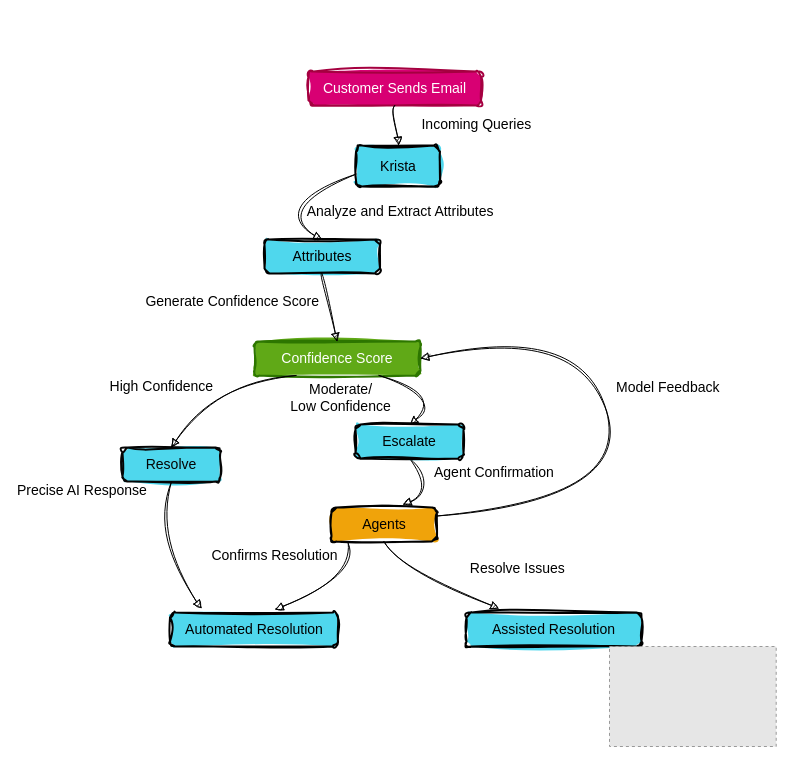
This is AI email reader.drawio from thescottking/Draw.io-Sketches, a draw.io file, before an edit. Source tidied: cells renumbered, new cells numbered last; positions are measured from the earlier drawing's top-left corner, leaving out a move shared by most shapes. Both pictures are drawn from the tidied source at 100%, with x=0, y=0 at pixel (122, 71). Pictures stored in the file or linked from it are replaced by grey dashed boxes.
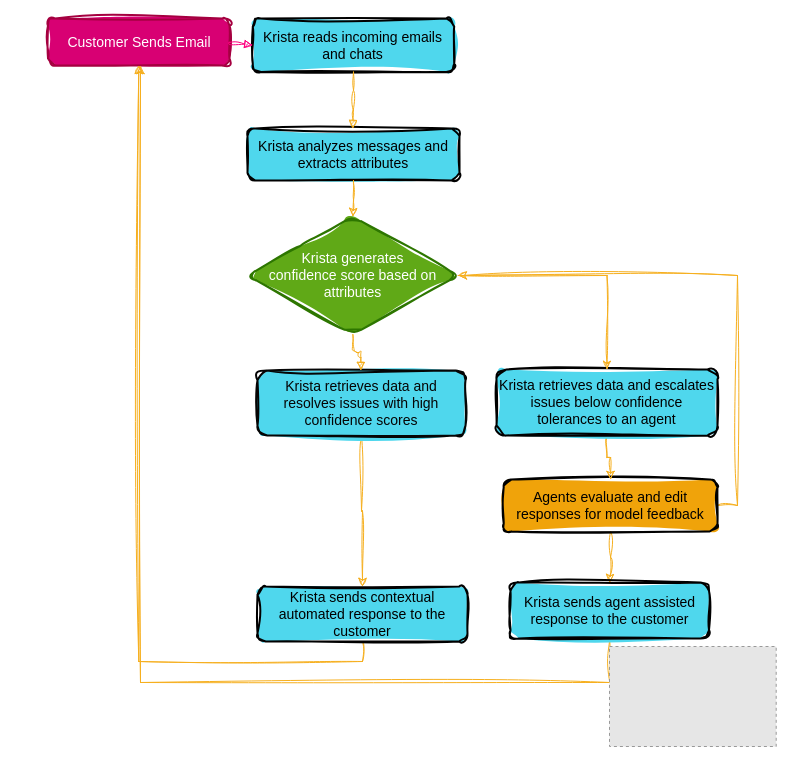
The same diagram, later.

Diff of the diagram source:
```diff
@@
     <mxCell id="2" value="Customer Sends Email" style="whiteSpace=wrap;strokeWidth=2;labelBackgroundColor=none;sketch=1;curveFitting=1;jiggle=2;rounded=1;fillColor=#d80073;fontColor=#ffffff;strokeColor=#A50040;fillStyle=solid;fontSize=14;" parent="1" vertex="1">
-      <mxGeometry x="186" width="172.5" height="34" as="geometry" />
+      <mxGeometry x="-74.5" y="-53" width="181.5" height="47" as="geometry" />
     </mxCell>
-    <mxCell id="3" value="Krista" style="whiteSpace=wrap;strokeWidth=2;labelBackgroundColor=none;sketch=1;curveFitting=1;jiggle=2;rounded=1;fillStyle=solid;fillColor=#4fd7ed;fontSize=14;" parent="1" vertex="1">
-      <mxGeometry x="233.5" y="74" width="84" height="41" as="geometry" />
+    <mxCell id="3" value="Krista reads incoming emails and chats" style="whiteSpace=wrap;strokeWidth=2;labelBackgroundColor=none;sketch=1;curveFitting=1;jiggle=2;rounded=1;fillStyle=solid;fillColor=#4fd7ed;fontSize=14;" parent="1" vertex="1">
+      <mxGeometry x="130.3" y="-53" width="201.4" height="53.5" as="geometry" />
     </mxCell>
-    <mxCell id="4" value="Attributes" style="whiteSpace=wrap;strokeWidth=2;labelBackgroundColor=none;sketch=1;curveFitting=1;jiggle=2;rounded=1;fillColor=#4FD7ED;fillStyle=solid;fontSize=14;" parent="1" vertex="1">
-      <mxGeometry x="142" y="168" width="115.5" height="34" as="geometry" />
+    <mxCell id="4" value="Krista analyzes messages and extracts attributes" style="whiteSpace=wrap;strokeWidth=2;labelBackgroundColor=none;sketch=1;curveFitting=1;jiggle=2;rounded=1;fillColor=#4FD7ED;fillStyle=solid;fontSize=14;" parent="1" vertex="1">
+      <mxGeometry x="125" y="57" width="212" height="52" as="geometry" />
     </mxCell>
-    <mxCell id="5" value="Confidence Score" style="whiteSpace=wrap;strokeWidth=2;labelBackgroundColor=none;sketch=1;curveFitting=1;jiggle=2;rounded=1;fillColor=#60a917;fontColor=#ffffff;strokeColor=#2D7600;fillStyle=solid;fontSize=14;" parent="1" vertex="1">
-      <mxGeometry x="132" y="270" width="166" height="34" as="geometry" />
-    </mxCell>
+    <mxCell id="22" style="edgeStyle=orthogonalEdgeStyle;rounded=0;sketch=1;hachureGap=4;jiggle=2;curveFitting=1;jettySize=auto;html=1;fontFamily=Architects Daughter;exitX=0.5;exitY=1;exitDx=0;exitDy=0;strokeColor=#F6AF1E;" parent="1" edge="1" source="4" target="28">
+      <mxGeometry relative="1" as="geometry" />
+    </mxCell>
+    <mxCell id="16" style="edgeStyle=orthogonalEdgeStyle;rounded=0;sketch=1;hachureGap=4;jiggle=2;curveFitting=1;jettySize=auto;html=1;exitX=0.5;exitY=1;exitDx=0;exitDy=0;entryX=0.5;entryY=0;entryDx=0;entryDy=0;fontFamily=Architects Daughter;strokeColor=#F6AF1E;" parent="1" edge="1" source="6" target="8">
+      <mxGeometry relative="1" as="geometry" />
+    </mxCell>
-    <mxCell id="6" value="Resolve" style="whiteSpace=wrap;strokeWidth=2;labelBackgroundColor=none;sketch=1;curveFitting=1;jiggle=2;rounded=1;fillColor=#4fd7ed;fontColor=#050505;strokeColor=#050505;fillStyle=solid;fontSize=14;" parent="1" vertex="1">
-      <mxGeometry y="376" width="98" height="34" as="geometry" />
+    <mxCell id="6" value="Krista retrieves data and resolves issues with high confidence scores" style="whiteSpace=wrap;strokeWidth=2;labelBackgroundColor=none;sketch=1;curveFitting=1;jiggle=2;rounded=1;fillColor=#4fd7ed;fontColor=#050505;strokeColor=#050505;fillStyle=solid;fontSize=14;" parent="1" vertex="1">
+      <mxGeometry x="135" y="299" width="208" height="65" as="geometry" />
     </mxCell>
+    <mxCell id="17" style="edgeStyle=orthogonalEdgeStyle;rounded=0;sketch=1;hachureGap=4;jiggle=2;curveFitting=1;jettySize=auto;html=1;exitX=0.5;exitY=1;exitDx=0;exitDy=0;entryX=0.5;entryY=0;entryDx=0;entryDy=0;fontFamily=Architects Daughter;strokeColor=#F6AF1E;" parent="1" edge="1" source="7" target="9">
+      <mxGeometry relative="1" as="geometry" />
+    </mxCell>
+    <mxCell id="23" style="edgeStyle=orthogonalEdgeStyle;rounded=0;sketch=1;hachureGap=4;jiggle=2;curveFitting=1;jettySize=auto;html=1;exitX=1;exitY=0.5;exitDx=0;exitDy=0;entryX=1;entryY=0.5;entryDx=0;entryDy=0;fontFamily=Architects Daughter;strokeColor=#F6AF1E;" parent="1" edge="1" source="7" target="28">
+      <mxGeometry relative="1" as="geometry" />
+    </mxCell>
-    <mxCell id="7" value="Agents" style="whiteSpace=wrap;strokeWidth=2;labelBackgroundColor=none;sketch=1;curveFitting=1;jiggle=2;rounded=1;fillColor=#f0a30a;fontColor=#000000;strokeColor=#000000;fillStyle=solid;fontSize=14;" parent="1" vertex="1">
-      <mxGeometry x="209" y="436" width="105.5" height="34" as="geometry" />
+    <mxCell id="7" value="Agents evaluate and edit responses for model feedback" style="whiteSpace=wrap;strokeWidth=2;labelBackgroundColor=none;sketch=1;curveFitting=1;jiggle=2;rounded=1;fillColor=#f0a30a;fontColor=#000000;strokeColor=#000000;fillStyle=solid;fontSize=14;" parent="1" vertex="1">
+      <mxGeometry x="381.2" y="408" width="213.8" height="52" as="geometry" />
     </mxCell>
+    <mxCell id="24" style="edgeStyle=orthogonalEdgeStyle;rounded=0;sketch=1;hachureGap=4;jiggle=2;curveFitting=1;jettySize=auto;html=1;exitX=0.5;exitY=1;exitDx=0;exitDy=0;entryX=0.5;entryY=1;entryDx=0;entryDy=0;fontFamily=Architects Daughter;strokeColor=#F6AF1E;" parent="1" edge="1" source="8" target="2">
+      <mxGeometry relative="1" as="geometry" />
+    </mxCell>
-    <mxCell id="8" value="Automated Resolution" style="whiteSpace=wrap;strokeWidth=2;labelBackgroundColor=none;sketch=1;curveFitting=1;jiggle=2;rounded=1;fillColor=#4FD7ED;fillStyle=solid;fontSize=14;" parent="1" vertex="1">
-      <mxGeometry x="47.5" y="541" width="168" height="34" as="geometry" />
+    <mxCell id="8" value="Krista sends contextual automated response to the customer" style="whiteSpace=wrap;strokeWidth=2;labelBackgroundColor=none;sketch=1;curveFitting=1;jiggle=2;rounded=1;fillColor=#4FD7ED;fillStyle=solid;fontSize=14;" parent="1" vertex="1">
+      <mxGeometry x="135" y="515" width="210" height="55" as="geometry" />
     </mxCell>
+    <mxCell id="25" style="edgeStyle=orthogonalEdgeStyle;rounded=0;sketch=1;hachureGap=4;jiggle=2;curveFitting=1;jettySize=auto;html=1;exitX=0.5;exitY=1;exitDx=0;exitDy=0;fontFamily=Architects Daughter;strokeColor=#F6AF1E;" parent="1" edge="1" source="9">
+      <mxGeometry relative="1" as="geometry">
+        <mxPoint x="18" y="-6" as="targetPoint" />
+        <Array as="points">
+          <mxPoint x="487" y="611" />
+          <mxPoint x="18" y="611" />
+        </Array>
+      </mxGeometry>
+    </mxCell>
-    <mxCell id="9" value="Assisted Resolution" style="whiteSpace=wrap;strokeWidth=2;labelBackgroundColor=none;sketch=1;curveFitting=1;jiggle=2;rounded=1;fillColor=#4FD7ED;fillStyle=solid;fontSize=14;" parent="1" vertex="1">
-      <mxGeometry x="344" y="541" width="175" height="34" as="geometry" />
+    <mxCell id="9" value="Krista sends agent assisted response to the customer" style="whiteSpace=wrap;strokeWidth=2;labelBackgroundColor=none;sketch=1;curveFitting=1;jiggle=2;rounded=1;fillColor=#4FD7ED;fillStyle=solid;fontSize=14;" parent="1" vertex="1">
+      <mxGeometry x="388" y="511" width="198.5" height="56" as="geometry" />
     </mxCell>
-    <mxCell id="10" value="Incoming Queries" style="curved=1;startArrow=none;endArrow=block;exitX=0.49966271335341367;exitY=0.9852941176470589;entryX=0.5074288504464286;entryY=0;rounded=1;labelBackgroundColor=none;fontColor=default;sketch=1;curveFitting=1;jiggle=2;fontSize=14;" parent="1" edge="1" source="2" target="3">
+    <mxCell id="10" style="curved=1;startArrow=none;endArrow=block;exitX=1;exitY=0.5;entryX=0;entryY=0.5;rounded=1;labelBackgroundColor=none;fontColor=default;sketch=1;curveFitting=1;jiggle=2;fontSize=14;exitDx=0;exitDy=0;entryDx=0;entryDy=0;strokeColor=#FF0080;" parent="1" edge="1" source="2" target="3">
       <mxGeometry x="0.29" y="80" relative="1" as="geometry" />
     </mxCell>
-    <mxCell id="11" value="Analyze and Extract Attributes" style="curved=1;startArrow=none;endArrow=block;exitX=0.005475725446428571;exitY=0.6971389077564547;entryX=0.4968570402298851;entryY=0;rounded=1;labelBackgroundColor=none;fontColor=default;sketch=1;curveFitting=1;jiggle=2;fontSize=14;" parent="1" edge="1" source="3" target="4">
-      <mxGeometry x="-1" y="57" relative="1" as="geometry">
-        <Array as="points">
-          <mxPoint x="145" y="139" />
-        </Array>
-        <mxPoint x="23" y="-16" as="offset" />
+    <mxCell id="11" style="startArrow=none;endArrow=block;exitX=0.5;exitY=1;entryX=0.4968570402298851;entryY=0;rounded=1;labelBackgroundColor=none;fontColor=default;sketch=1;curveFitting=1;jiggle=2;fontSize=14;edgeStyle=orthogonalEdgeStyle;exitDx=0;exitDy=0;fillColor=#FF9933;strokeColor=#f6af1e;" parent="1" edge="1" source="3" target="4">
+      <mxGeometry x="1" y="34" relative="1" as="geometry">
+        <mxPoint x="1" as="offset" />
       </mxGeometry>
     </mxCell>
-    <mxCell id="12" value="Generate Confidence Score" style="curved=1;startArrow=none;endArrow=block;exitX=0.4968570402298851;exitY=0.9852941176470589;entryX=0.49797453703703703;entryY=0;rounded=1;labelBackgroundColor=none;fontColor=default;sketch=1;curveFitting=1;jiggle=2;fontSize=14;" parent="1" edge="1" source="4" target="5">
-      <mxGeometry x="-0.8" y="-93" relative="1" as="geometry" />
-    </mxCell>
-    <mxCell id="13" value="Moderate/&#10;Low Confidence" style="curved=1;startArrow=none;endArrow=block;exitX=0.75;exitY=1;entryX=0.5013020833333334;entryY=0;rounded=1;labelBackgroundColor=none;fontColor=default;sketch=1;curveFitting=1;jiggle=2;exitDx=0;exitDy=0;fontSize=14;" parent="1" edge="1" source="5" target="20">
-      <mxGeometry x="-1" y="-43" relative="1" as="geometry">
-        <Array as="points">
-          <mxPoint x="320.5" y="326" />
-        </Array>
-        <mxPoint x="-24" y="-19" as="offset" />
-      </mxGeometry>
-    </mxCell>
-    <mxCell id="14" value="High Confidence" style="curved=1;startArrow=none;endArrow=block;exitX=0.25;exitY=1;entryX=0.49685801630434784;entryY=0;rounded=1;labelBackgroundColor=none;fontColor=default;sketch=1;curveFitting=1;jiggle=2;exitDx=0;exitDy=0;fontSize=14;" parent="1" edge="1" source="5" target="6">
-      <mxGeometry x="0.43" y="-43" relative="1" as="geometry">
-        <Array as="points">
-          <mxPoint x="93" y="312" />
-        </Array>
-      </mxGeometry>
+    <mxCell id="14" style="startArrow=none;endArrow=block;exitX=0.5;exitY=1;entryX=0.49685801630434784;entryY=0;rounded=1;labelBackgroundColor=none;fontColor=default;sketch=1;curveFitting=1;jiggle=2;exitDx=0;exitDy=0;fontSize=14;edgeStyle=orthogonalEdgeStyle;strokeColor=#F6AF1E;" parent="1" edge="1" source="28" target="6">
+      <mxGeometry x="0.43" y="-43" relative="1" as="geometry" />
     </mxCell>
-    <mxCell id="15" value="Agent Confirmation" style="curved=1;startArrow=none;endArrow=block;exitX=0.5013020833333334;exitY=0.9852941176470589;rounded=1;labelBackgroundColor=none;fontColor=default;sketch=1;curveFitting=1;jiggle=2;fontSize=14;" parent="1" edge="1" source="20">
-      <mxGeometry x="0.08" y="60" relative="1" as="geometry">
-        <mxPoint x="280.5" y="433" as="targetPoint" />
-        <Array as="points">
-          <mxPoint x="315.5" y="420" />
-        </Array>
-        <mxPoint x="36" y="-76" as="offset" />
-      </mxGeometry>
-    </mxCell>
-    <mxCell id="16" value="Precise AI Response" style="curved=1;startArrow=none;endArrow=block;exitX=0.5;exitY=1;entryX=0.188;entryY=-0.118;rounded=1;labelBackgroundColor=none;fontColor=default;sketch=1;curveFitting=1;jiggle=2;exitDx=0;exitDy=0;entryDx=0;entryDy=0;entryPerimeter=0;fontSize=14;" parent="1" edge="1" source="6" target="8">
-      <mxGeometry x="-0.13" y="-61" relative="1" as="geometry">
-        <Array as="points">
-          <mxPoint x="30" y="472" />
-        </Array>
-        <mxPoint x="-12" y="-35" as="offset" />
-      </mxGeometry>
-    </mxCell>
-    <mxCell id="17" value="Resolve Issues" style="curved=1;startArrow=none;endArrow=block;exitX=0.49655877976190477;exitY=0.9852941176470589;entryX=0.185;entryY=-0.118;rounded=1;labelBackgroundColor=none;fontColor=default;sketch=1;curveFitting=1;jiggle=2;entryDx=0;entryDy=0;entryPerimeter=0;fontSize=14;" parent="1" edge="1" source="7" target="9">
-      <mxGeometry x="1" y="46" relative="1" as="geometry">
-        <Array as="points">
-          <mxPoint x="282.5" y="498" />
-        </Array>
-        <mxPoint x="1" y="1" as="offset" />
-      </mxGeometry>
-    </mxCell>
-    <mxCell id="18" value="Model Feedback" style="curved=1;startArrow=none;endArrow=block;exitX=1;exitY=0.25;entryX=1;entryY=0.5;rounded=1;labelBackgroundColor=none;fontColor=default;sketch=1;curveFitting=1;jiggle=2;exitDx=0;exitDy=0;entryDx=0;entryDy=0;fontSize=14;" parent="1" edge="1" source="7" target="5">
-      <mxGeometry x="0.08" y="-66" relative="1" as="geometry">
-        <Array as="points">
-          <mxPoint x="509.5" y="429" />
-          <mxPoint x="458.5" y="250" />
-        </Array>
-      </mxGeometry>
-    </mxCell>
@@
+    <mxCell id="26" style="edgeStyle=orthogonalEdgeStyle;rounded=0;sketch=1;hachureGap=4;jiggle=2;curveFitting=1;jettySize=auto;html=1;exitX=0.5;exitY=1;exitDx=0;exitDy=0;fontFamily=Architects Daughter;strokeColor=#F6AF1E;" parent="1" edge="1" source="20" target="7">
+      <mxGeometry relative="1" as="geometry" />
+    </mxCell>
-    <mxCell id="20" value="Escalate" style="whiteSpace=wrap;strokeWidth=2;labelBackgroundColor=none;sketch=1;curveFitting=1;jiggle=2;rounded=1;fillColor=#4FD7ED;fillStyle=solid;fontSize=14;" parent="1" vertex="1">
-      <mxGeometry x="233" y="353" width="108" height="34" as="geometry" />
+    <mxCell id="20" value="Krista retrieves data and escalates issues below confidence tolerances to an agent" style="whiteSpace=wrap;strokeWidth=2;labelBackgroundColor=none;sketch=1;curveFitting=1;jiggle=2;rounded=1;fillColor=#4FD7ED;fillStyle=solid;fontSize=14;" parent="1" vertex="1">
+      <mxGeometry x="374" y="298" width="221" height="66" as="geometry" />
     </mxCell>
-    <mxCell id="21" value="Confirms Resolution" style="curved=1;startArrow=none;endArrow=block;entryX=0.625;entryY=-0.088;rounded=1;labelBackgroundColor=none;fontColor=default;sketch=1;curveFitting=1;jiggle=2;entryDx=0;entryDy=0;entryPerimeter=0;exitX=0.159;exitY=1.059;exitDx=0;exitDy=0;exitPerimeter=0;fontSize=14;" parent="1" edge="1" source="7" target="8">
-      <mxGeometry x="0.66" y="-51" relative="1" as="geometry">
-        <Array as="points">
-          <mxPoint x="234.5" y="505" />
-        </Array>
-      </mxGeometry>
-    </mxCell>
+    <mxCell id="27" style="edgeStyle=orthogonalEdgeStyle;rounded=0;sketch=1;hachureGap=4;jiggle=2;curveFitting=1;jettySize=auto;html=1;exitX=1;exitY=0.5;exitDx=0;exitDy=0;entryX=0.5;entryY=0;entryDx=0;entryDy=0;fontFamily=Architects Daughter;strokeColor=#F6AF1E;" parent="1" edge="1" source="28" target="20">
+      <mxGeometry relative="1" as="geometry" />
+    </mxCell>
+    <mxCell id="28" value="Krista generates &lt;br&gt;confidence score based on attributes" style="rhombus;whiteSpace=wrap;html=1;fontSize=14;fillColor=#60a917;strokeColor=#2D7600;fontColor=#ffffff;strokeWidth=2;labelBackgroundColor=none;sketch=1;curveFitting=1;jiggle=2;rounded=1;fillStyle=solid;" parent="1" vertex="1">
+      <mxGeometry x="125" y="145" width="210.7" height="118" as="geometry" />
+    </mxCell>
```
